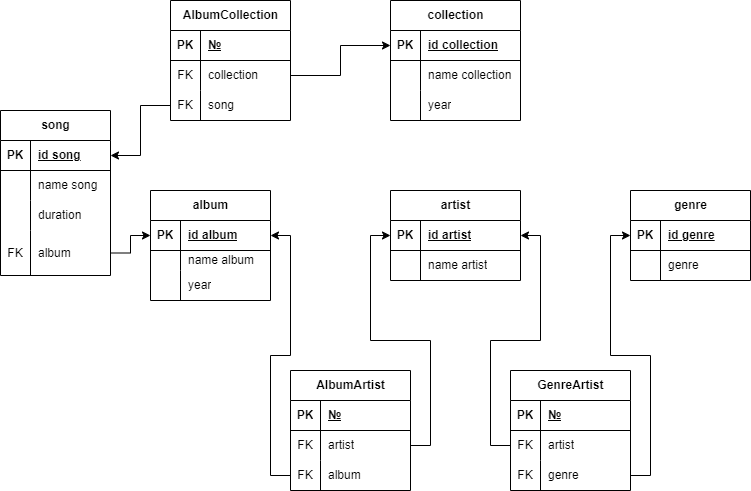
The draw.io diagram 2.drawio.png in Raisa2989/Exercise, before a commit. Source tidied: cells renumbered, new cells last; positions are measured from the earlier drawing's top-left corner, leaving out a move shared by most shapes.
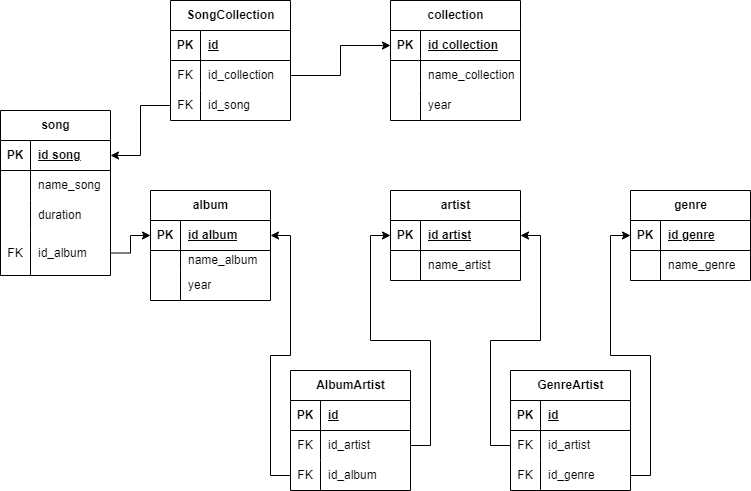
After the commit.

Change to the diagram source:
```diff
@@ -20,7 +20,7 @@
     <mxCell id="7" style="shape=partialRectangle;fillColor=none;top=0;left=0;bottom=0;right=0;overflow=hidden;whiteSpace=wrap;html=1;" parent="6" vertex="1">
       <mxGeometry width="30" height="30" as="geometry" />
     </mxCell>
-    <mxCell id="8" value="genre" style="shape=partialRectangle;fillColor=none;top=0;left=0;bottom=0;right=0;align=left;spacingLeft=6;overflow=hidden;whiteSpace=wrap;html=1;" parent="6" vertex="1">
+    <mxCell id="8" value="name_genre" style="shape=partialRectangle;fillColor=none;top=0;left=0;bottom=0;right=0;align=left;spacingLeft=6;overflow=hidden;whiteSpace=wrap;html=1;" parent="6" vertex="1">
       <mxGeometry x="30" width="90" height="30" as="geometry" />
     </mxCell>
     <mxCell id="9" value="artist" style="shape=table;startSize=30;rowLines=0;fontStyle=1;align=center;html=1;" parent="1" vertex="1">
@@ -41,7 +41,7 @@
     <mxCell id="14" style="shape=partialRectangle;fillColor=none;top=0;left=0;bottom=0;right=0;overflow=hidden;whiteSpace=wrap;html=1;" parent="13" vertex="1">
       <mxGeometry width="30" height="30" as="geometry" />
     </mxCell>
-    <mxCell id="15" value="name artist" style="shape=partialRectangle;fillColor=none;top=0;left=0;bottom=0;right=0;align=left;spacingLeft=6;overflow=hidden;whiteSpace=wrap;html=1;" parent="13" vertex="1">
+    <mxCell id="15" value="name_artist" style="shape=partialRectangle;fillColor=none;top=0;left=0;bottom=0;right=0;align=left;spacingLeft=6;overflow=hidden;whiteSpace=wrap;html=1;" parent="13" vertex="1">
       <mxGeometry x="30" width="100" height="30" as="geometry" />
     </mxCell>
     <mxCell id="16" value="album" style="shape=table;startSize=30;rowLines=0;fontStyle=1;align=center;html=1;" parent="1" vertex="1">
@@ -62,7 +62,7 @@
     <mxCell id="21" style="shape=partialRectangle;fillColor=none;top=0;left=0;bottom=0;right=0;overflow=hidden;whiteSpace=wrap;html=1;" parent="20" vertex="1">
       <mxGeometry width="30" height="20" as="geometry" />
     </mxCell>
-    <mxCell id="22" value="name album" style="shape=partialRectangle;fillColor=none;top=0;left=0;bottom=0;right=0;align=left;spacingLeft=6;overflow=hidden;whiteSpace=wrap;html=1;" parent="20" vertex="1">
+    <mxCell id="22" value="name_album" style="shape=partialRectangle;fillColor=none;top=0;left=0;bottom=0;right=0;align=left;spacingLeft=6;overflow=hidden;whiteSpace=wrap;html=1;" parent="20" vertex="1">
       <mxGeometry x="30" width="90" height="20" as="geometry" />
     </mxCell>
     <mxCell id="23" style="shape=tableRow;horizontal=0;startSize=0;swimlaneHead=0;swimlaneBody=0;fillColor=none;top=0;left=0;right=0;bottom=0;" parent="16" vertex="1">
@@ -92,7 +92,7 @@
     <mxCell id="31" style="shape=partialRectangle;fillColor=none;top=0;left=0;bottom=0;right=0;overflow=hidden;whiteSpace=wrap;html=1;" parent="30" vertex="1">
       <mxGeometry width="30" height="30" as="geometry" />
     </mxCell>
-    <mxCell id="32" value="name song" style="shape=partialRectangle;fillColor=none;top=0;left=0;bottom=0;right=0;align=left;spacingLeft=6;overflow=hidden;whiteSpace=wrap;html=1;" parent="30" vertex="1">
+    <mxCell id="32" value="name_song" style="shape=partialRectangle;fillColor=none;top=0;left=0;bottom=0;right=0;align=left;spacingLeft=6;overflow=hidden;whiteSpace=wrap;html=1;" parent="30" vertex="1">
       <mxGeometry x="30" width="80" height="30" as="geometry" />
     </mxCell>
     <mxCell id="33" style="shape=tableRow;horizontal=0;startSize=0;swimlaneHead=0;swimlaneBody=0;fillColor=none;top=0;left=0;right=0;bottom=0;" parent="26" vertex="1">
@@ -110,7 +110,7 @@
     <mxCell id="37" value="FK" style="shape=partialRectangle;fillColor=none;top=0;left=0;bottom=0;right=0;overflow=hidden;whiteSpace=wrap;html=1;" parent="36" vertex="1">
       <mxGeometry width="30" height="45" as="geometry" />
     </mxCell>
-    <mxCell id="38" value="album" style="shape=partialRectangle;fillColor=none;top=0;left=0;bottom=0;right=0;align=left;spacingLeft=6;overflow=hidden;whiteSpace=wrap;html=1;" parent="36" vertex="1">
+    <mxCell id="38" value="id_album" style="shape=partialRectangle;fillColor=none;top=0;left=0;bottom=0;right=0;align=left;spacingLeft=6;overflow=hidden;whiteSpace=wrap;html=1;" parent="36" vertex="1">
       <mxGeometry x="30" width="80" height="45" as="geometry" />
     </mxCell>
     <mxCell id="39" value="collection" style="shape=table;startSize=30;rowLines=0;fontStyle=1;align=center;html=1;" parent="1" vertex="1">
@@ -131,7 +131,7 @@
     <mxCell id="44" style="shape=partialRectangle;fillColor=none;top=0;left=0;bottom=0;right=0;overflow=hidden;whiteSpace=wrap;html=1;" parent="43" vertex="1">
       <mxGeometry width="30" height="30" as="geometry" />
     </mxCell>
-    <mxCell id="45" value="name collection" style="shape=partialRectangle;fillColor=none;top=0;left=0;bottom=0;right=0;align=left;spacingLeft=6;overflow=hidden;whiteSpace=wrap;html=1;" parent="43" vertex="1">
+    <mxCell id="45" value="name_collection" style="shape=partialRectangle;fillColor=none;top=0;left=0;bottom=0;right=0;align=left;spacingLeft=6;overflow=hidden;whiteSpace=wrap;html=1;" parent="43" vertex="1">
       <mxGeometry x="30" width="100" height="30" as="geometry" />
     </mxCell>
     <mxCell id="46" style="shape=tableRow;horizontal=0;startSize=0;swimlaneHead=0;swimlaneBody=0;fillColor=none;top=0;left=0;right=0;bottom=0;" parent="39" vertex="1">
@@ -152,7 +152,7 @@
     <mxCell id="51" value="PK" style="shape=partialRectangle;fillColor=none;top=0;left=0;bottom=0;right=0;fontStyle=1;overflow=hidden;whiteSpace=wrap;html=1;" parent="50" vertex="1">
       <mxGeometry width="30" height="30" as="geometry" />
     </mxCell>
-    <mxCell id="52" value="№" style="shape=partialRectangle;fillColor=none;top=0;left=0;bottom=0;right=0;align=left;spacingLeft=6;fontStyle=5;overflow=hidden;whiteSpace=wrap;html=1;" parent="50" vertex="1">
+    <mxCell id="52" value="id" style="shape=partialRectangle;fillColor=none;top=0;left=0;bottom=0;right=0;align=left;spacingLeft=6;fontStyle=5;overflow=hidden;whiteSpace=wrap;html=1;" parent="50" vertex="1">
       <mxGeometry x="30" width="90" height="30" as="geometry" />
     </mxCell>
     <mxCell id="53" style="shape=tableRow;horizontal=0;startSize=0;swimlaneHead=0;swimlaneBody=0;fillColor=none;points=[[0,0.5],[1,0.5]];portConstraint=eastwest;top=0;left=0;right=0;bottom=0;" parent="49" vertex="1">
@@ -161,7 +161,7 @@
     <mxCell id="54" value="FK" style="shape=partialRectangle;fillColor=none;top=0;left=0;bottom=0;right=0;overflow=hidden;whiteSpace=wrap;html=1;" parent="53" vertex="1">
       <mxGeometry width="30" height="30" as="geometry" />
     </mxCell>
-    <mxCell id="55" value="artist" style="shape=partialRectangle;fillColor=none;top=0;left=0;bottom=0;right=0;align=left;spacingLeft=6;overflow=hidden;whiteSpace=wrap;html=1;" parent="53" vertex="1">
+    <mxCell id="55" value="id_artist" style="shape=partialRectangle;fillColor=none;top=0;left=0;bottom=0;right=0;align=left;spacingLeft=6;overflow=hidden;whiteSpace=wrap;html=1;" parent="53" vertex="1">
       <mxGeometry x="30" width="90" height="30" as="geometry" />
     </mxCell>
     <mxCell id="56" style="shape=tableRow;horizontal=0;startSize=0;swimlaneHead=0;swimlaneBody=0;fillColor=none;points=[[0,0.5],[1,0.5]];portConstraint=eastwest;top=0;left=0;right=0;bottom=0;" parent="49" vertex="1">
@@ -170,10 +170,10 @@
     <mxCell id="57" value="FK" style="shape=partialRectangle;fillColor=none;top=0;left=0;bottom=0;right=0;overflow=hidden;whiteSpace=wrap;html=1;" parent="56" vertex="1">
       <mxGeometry width="30" height="30" as="geometry" />
     </mxCell>
-    <mxCell id="58" value="genre" style="shape=partialRectangle;fillColor=none;top=0;left=0;bottom=0;right=0;align=left;spacingLeft=6;overflow=hidden;whiteSpace=wrap;html=1;" parent="56" vertex="1">
+    <mxCell id="58" value="id_genre" style="shape=partialRectangle;fillColor=none;top=0;left=0;bottom=0;right=0;align=left;spacingLeft=6;overflow=hidden;whiteSpace=wrap;html=1;" parent="56" vertex="1">
       <mxGeometry x="30" width="90" height="30" as="geometry" />
     </mxCell>
-    <mxCell id="59" value="AlbumCollection" style="shape=table;startSize=30;rowLines=0;fontStyle=1;align=center;html=1;" parent="1" vertex="1">
+    <mxCell id="59" value="SongCollection" style="shape=table;startSize=30;rowLines=0;fontStyle=1;align=center;html=1;" parent="1" vertex="1">
       <mxGeometry x="170" width="120" height="120" as="geometry" />
     </mxCell>
     <mxCell id="60" style="shape=tableRow;horizontal=0;startSize=0;swimlaneHead=0;swimlaneBody=0;fillColor=none;top=0;left=0;right=0;bottom=1;" parent="59" vertex="1">
@@ -182,7 +182,7 @@
     <mxCell id="61" value="PK" style="shape=partialRectangle;fillColor=none;top=0;left=0;bottom=0;right=0;fontStyle=1;overflow=hidden;whiteSpace=wrap;html=1;" parent="60" vertex="1">
       <mxGeometry width="30" height="30" as="geometry" />
     </mxCell>
-    <mxCell id="62" value="№" style="shape=partialRectangle;fillColor=none;top=0;left=0;bottom=0;right=0;align=left;spacingLeft=6;fontStyle=5;overflow=hidden;whiteSpace=wrap;html=1;" parent="60" vertex="1">
+    <mxCell id="62" value="id" style="shape=partialRectangle;fillColor=none;top=0;left=0;bottom=0;right=0;align=left;spacingLeft=6;fontStyle=5;overflow=hidden;whiteSpace=wrap;html=1;" parent="60" vertex="1">
       <mxGeometry x="30" width="90" height="30" as="geometry" />
     </mxCell>
     <mxCell id="63" style="shape=tableRow;horizontal=0;startSize=0;swimlaneHead=0;swimlaneBody=0;fillColor=none;points=[[0,0.5],[1,0.5]];portConstraint=eastwest;top=0;left=0;right=0;bottom=0;" parent="59" vertex="1">
@@ -191,7 +191,7 @@
     <mxCell id="64" value="FK" style="shape=partialRectangle;fillColor=none;top=0;left=0;bottom=0;right=0;overflow=hidden;whiteSpace=wrap;html=1;" parent="63" vertex="1">
       <mxGeometry width="30" height="30" as="geometry" />
     </mxCell>
-    <mxCell id="65" value="collection" style="shape=partialRectangle;fillColor=none;top=0;left=0;bottom=0;right=0;align=left;spacingLeft=6;overflow=hidden;whiteSpace=wrap;html=1;" parent="63" vertex="1">
+    <mxCell id="65" value="id_collection" style="shape=partialRectangle;fillColor=none;top=0;left=0;bottom=0;right=0;align=left;spacingLeft=6;overflow=hidden;whiteSpace=wrap;html=1;" parent="63" vertex="1">
       <mxGeometry x="30" width="90" height="30" as="geometry" />
     </mxCell>
     <mxCell id="66" style="shape=tableRow;horizontal=0;startSize=0;swimlaneHead=0;swimlaneBody=0;fillColor=none;points=[[0,0.5],[1,0.5]];portConstraint=eastwest;top=0;left=0;right=0;bottom=0;" parent="59" vertex="1">
@@ -200,7 +200,7 @@
     <mxCell id="67" value="FK" style="shape=partialRectangle;fillColor=none;top=0;left=0;bottom=0;right=0;overflow=hidden;whiteSpace=wrap;html=1;" parent="66" vertex="1">
       <mxGeometry width="30" height="30" as="geometry" />
     </mxCell>
-    <mxCell id="68" value="song" style="shape=partialRectangle;fillColor=none;top=0;left=0;bottom=0;right=0;align=left;spacingLeft=6;overflow=hidden;whiteSpace=wrap;html=1;" parent="66" vertex="1">
+    <mxCell id="68" value="id_song" style="shape=partialRectangle;fillColor=none;top=0;left=0;bottom=0;right=0;align=left;spacingLeft=6;overflow=hidden;whiteSpace=wrap;html=1;" parent="66" vertex="1">
       <mxGeometry x="30" width="90" height="30" as="geometry" />
     </mxCell>
     <mxCell id="69" value="AlbumArtist" style="shape=table;startSize=30;rowLines=0;fontStyle=1;align=center;html=1;" parent="1" vertex="1">
@@ -212,7 +212,7 @@
     <mxCell id="71" value="PK" style="shape=partialRectangle;fillColor=none;top=0;left=0;bottom=0;right=0;fontStyle=1;overflow=hidden;whiteSpace=wrap;html=1;" parent="70" vertex="1">
       <mxGeometry width="30" height="30" as="geometry" />
     </mxCell>
-    <mxCell id="72" value="№" style="shape=partialRectangle;fillColor=none;top=0;left=0;bottom=0;right=0;align=left;spacingLeft=6;fontStyle=5;overflow=hidden;whiteSpace=wrap;html=1;" parent="70" vertex="1">
+    <mxCell id="72" value="id" style="shape=partialRectangle;fillColor=none;top=0;left=0;bottom=0;right=0;align=left;spacingLeft=6;fontStyle=5;overflow=hidden;whiteSpace=wrap;html=1;" parent="70" vertex="1">
       <mxGeometry x="30" width="90" height="30" as="geometry" />
     </mxCell>
     <mxCell id="73" style="shape=tableRow;horizontal=0;startSize=0;swimlaneHead=0;swimlaneBody=0;fillColor=none;points=[[0,0.5],[1,0.5]];portConstraint=eastwest;top=0;left=0;right=0;bottom=0;" parent="69" vertex="1">
@@ -221,7 +221,7 @@
     <mxCell id="74" value="FK" style="shape=partialRectangle;fillColor=none;top=0;left=0;bottom=0;right=0;overflow=hidden;whiteSpace=wrap;html=1;" parent="73" vertex="1">
       <mxGeometry width="30" height="30" as="geometry" />
     </mxCell>
-    <mxCell id="75" value="artist" style="shape=partialRectangle;fillColor=none;top=0;left=0;bottom=0;right=0;align=left;spacingLeft=6;overflow=hidden;whiteSpace=wrap;html=1;" parent="73" vertex="1">
+    <mxCell id="75" value="id_artist" style="shape=partialRectangle;fillColor=none;top=0;left=0;bottom=0;right=0;align=left;spacingLeft=6;overflow=hidden;whiteSpace=wrap;html=1;" parent="73" vertex="1">
       <mxGeometry x="30" width="90" height="30" as="geometry" />
     </mxCell>
     <mxCell id="76" style="shape=tableRow;horizontal=0;startSize=0;swimlaneHead=0;swimlaneBody=0;fillColor=none;points=[[0,0.5],[1,0.5]];portConstraint=eastwest;top=0;left=0;right=0;bottom=0;" parent="69" vertex="1">
@@ -230,7 +230,7 @@
     <mxCell id="77" value="FK" style="shape=partialRectangle;fillColor=none;top=0;left=0;bottom=0;right=0;overflow=hidden;whiteSpace=wrap;html=1;" parent="76" vertex="1">
       <mxGeometry width="30" height="30" as="geometry" />
     </mxCell>
-    <mxCell id="78" value="album" style="shape=partialRectangle;fillColor=none;top=0;left=0;bottom=0;right=0;align=left;spacingLeft=6;overflow=hidden;whiteSpace=wrap;html=1;" parent="76" vertex="1">
+    <mxCell id="78" value="id_album" style="shape=partialRectangle;fillColor=none;top=0;left=0;bottom=0;right=0;align=left;spacingLeft=6;overflow=hidden;whiteSpace=wrap;html=1;" parent="76" vertex="1">
       <mxGeometry x="30" width="90" height="30" as="geometry" />
     </mxCell>
     <mxCell id="79" style="edgeStyle=orthogonalEdgeStyle;rounded=0;jettySize=auto;html=1;exitX=0;exitY=0.5;exitDx=0;exitDy=0;entryX=1;entryY=0.5;entryDx=0;entryDy=0;" parent="1" edge="1" source="53" target="10">
```
